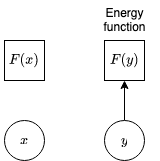
Earlier version of the draw.io export machine_learning/diagrams/joint_embedding.drawio.png (analytiq-hub/sigagent.github.io). Source tidied: cells renumbered, new cells last; positions are measured from the earlier drawing's top-left corner, leaving out a move shared by most shapes. Source of this version:
```xml
<mxGraphModel math="1">
  <root>
    <mxCell id="0" />
    <mxCell id="1" parent="0" />
    <mxCell id="2" value="$$x$$" style="ellipse;whiteSpace=wrap;html=1;" parent="1" vertex="1">
      <mxGeometry y="120" width="40" height="40" as="geometry" />
    </mxCell>
    <mxCell id="3" value="$$F(y)$$" style="rounded=0;whiteSpace=wrap;html=1;" parent="1" vertex="1">
      <mxGeometry x="100" y="40" width="40" height="40" as="geometry" />
    </mxCell>
    <mxCell id="4" style="edgeStyle=orthogonalEdgeStyle;rounded=0;orthogonalLoop=1;jettySize=auto;html=1;exitX=0.5;exitY=1;exitDx=0;exitDy=0;" parent="1" edge="1" source="3" target="3">
      <mxGeometry relative="1" as="geometry" />
    </mxCell>
    <mxCell id="5" style="edgeStyle=orthogonalEdgeStyle;rounded=0;jettySize=auto;html=1;exitX=0.5;exitY=0;exitDx=0;exitDy=0;entryX=0.5;entryY=1;entryDx=0;entryDy=0;" parent="1" edge="1" source="6" target="3">
      <mxGeometry relative="1" as="geometry" />
    </mxCell>
    <mxCell id="6" value="&lt;div&gt;$$y$$&lt;/div&gt;" style="ellipse;whiteSpace=wrap;html=1;" parent="1" vertex="1">
      <mxGeometry x="100" y="120" width="40" height="40" as="geometry" />
    </mxCell>
    <mxCell id="7" value="&lt;div&gt;Energy&lt;/div&gt;&lt;div&gt;function&lt;br&gt;&lt;/div&gt;" style="text;html=1;align=center;verticalAlign=middle;strokeColor=none;fillColor=none;" parent="1" vertex="1">
      <mxGeometry x="85" width="70" height="40" as="geometry" />
    </mxCell>
    <mxCell id="8" value="$$F(x)$$" style="rounded=0;whiteSpace=wrap;html=1;" parent="1" vertex="1">
      <mxGeometry y="40" width="40" height="40" as="geometry" />
    </mxCell>
  </root>
</mxGraphModel>
```
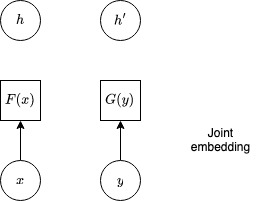
The same file after the commit.

Change to the diagram source:
```diff
@@ -2,10 +2,13 @@
   <root>
     <mxCell id="0" />
     <mxCell id="1" parent="0" />
+    <mxCell id="9" style="edgeStyle=orthogonalEdgeStyle;rounded=0;jettySize=auto;html=1;exitX=0.5;exitY=0;exitDx=0;exitDy=0;entryX=0.5;entryY=1;entryDx=0;entryDy=0;" parent="1" edge="1" source="2" target="8">
+      <mxGeometry relative="1" as="geometry" />
+    </mxCell>
     <mxCell id="2" value="$$x$$" style="ellipse;whiteSpace=wrap;html=1;" parent="1" vertex="1">
       <mxGeometry y="120" width="40" height="40" as="geometry" />
     </mxCell>
-    <mxCell id="3" value="$$F(y)$$" style="rounded=0;whiteSpace=wrap;html=1;" parent="1" vertex="1">
+    <mxCell id="3" value="$$G(y)$$" style="rounded=0;whiteSpace=wrap;html=1;" parent="1" vertex="1">
       <mxGeometry x="100" y="40" width="40" height="40" as="geometry" />
     </mxCell>
     <mxCell id="4" style="edgeStyle=orthogonalEdgeStyle;rounded=0;orthogonalLoop=1;jettySize=auto;html=1;exitX=0.5;exitY=1;exitDx=0;exitDy=0;" parent="1" edge="1" source="3" target="3">
@@ -17,11 +20,17 @@
     <mxCell id="6" value="&lt;div&gt;$$y$$&lt;/div&gt;" style="ellipse;whiteSpace=wrap;html=1;" parent="1" vertex="1">
       <mxGeometry x="100" y="120" width="40" height="40" as="geometry" />
     </mxCell>
-    <mxCell id="7" value="&lt;div&gt;Energy&lt;/div&gt;&lt;div&gt;function&lt;br&gt;&lt;/div&gt;" style="text;html=1;align=center;verticalAlign=middle;strokeColor=none;fillColor=none;" parent="1" vertex="1">
-      <mxGeometry x="85" width="70" height="40" as="geometry" />
+    <mxCell id="7" value="&lt;div&gt;Joint&lt;/div&gt;&lt;div&gt;embedding&lt;br&gt;&lt;/div&gt;" style="text;html=1;align=center;verticalAlign=middle;strokeColor=none;fillColor=none;" parent="1" vertex="1">
+      <mxGeometry x="180" y="80" width="80" height="40" as="geometry" />
     </mxCell>
     <mxCell id="8" value="$$F(x)$$" style="rounded=0;whiteSpace=wrap;html=1;" parent="1" vertex="1">
       <mxGeometry y="40" width="40" height="40" as="geometry" />
     </mxCell>
+    <mxCell id="10" value="$$h$$" style="ellipse;whiteSpace=wrap;html=1;" parent="1" vertex="1">
+      <mxGeometry y="-40" width="40" height="40" as="geometry" />
+    </mxCell>
+    <mxCell id="11" value="$$h'$$" style="ellipse;whiteSpace=wrap;html=1;" parent="1" vertex="1">
+      <mxGeometry x="100" y="-40" width="40" height="40" as="geometry" />
+    </mxCell>
   </root>
 </mxGraphModel>
```
